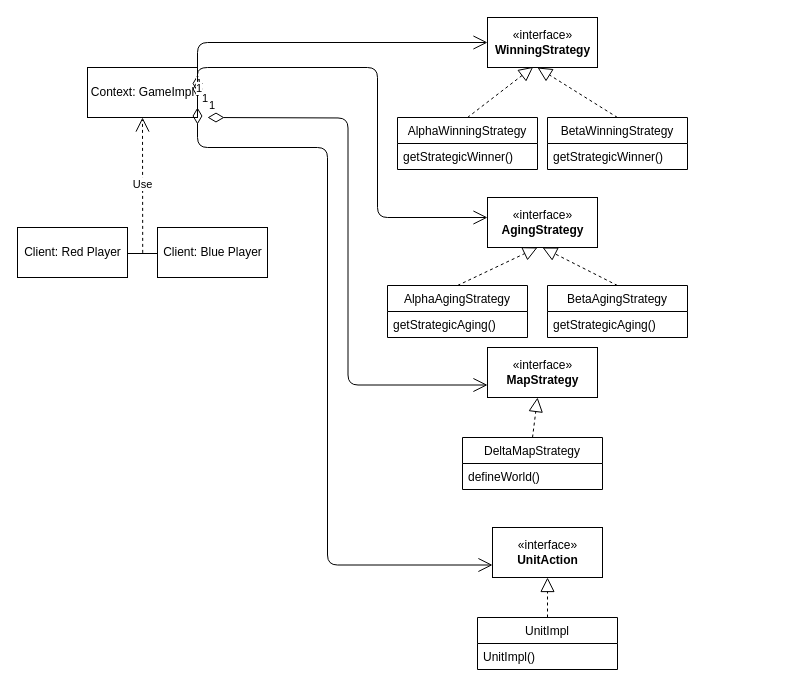
Before: src/UML Diagram.drawio in els187/ece1145-pitt, a draw.io diagram. Source tidied: cells renumbered, new cells numbered last; positions are measured from the earlier drawing's top-left corner, leaving out a move shared by most shapes. Both pictures are drawn from the tidied source at 100%, with x=0, y=0 at pixel (17, 17).
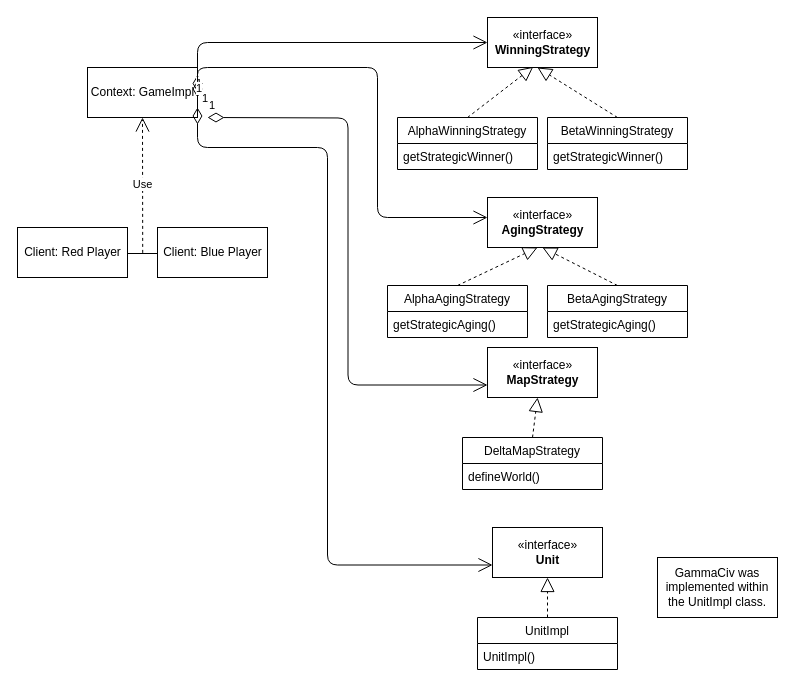
The same page after the edit.

The edit, as a diff of the source:
```diff
@@
-    <mxCell id="9" value="«interface»&lt;br&gt;&lt;b&gt;UnitAction&lt;/b&gt;" style="html=1;" parent="1" vertex="1">
+    <mxCell id="9" value="«interface»&lt;br&gt;&lt;b&gt;Unit&lt;/b&gt;" style="html=1;" parent="1" vertex="1">
       <mxGeometry x="475" y="510" width="110" height="50" as="geometry" />
     </mxCell>
@@
+    <mxCell id="33" value="GammaCiv was implemented within the UnitImpl class." style="rounded=0;whiteSpace=wrap;html=1;" parent="1" vertex="1">
+      <mxGeometry x="640" y="540" width="120" height="60" as="geometry" />
+    </mxCell>
```
